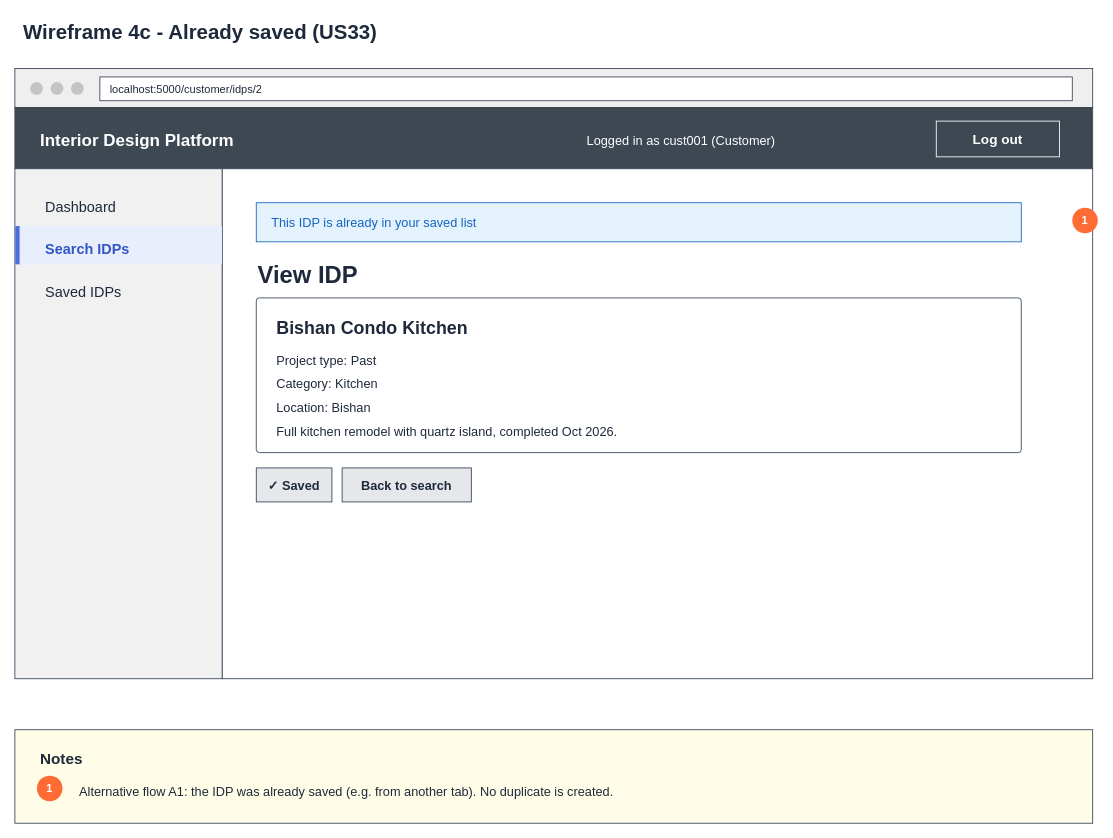
Above: page "4c Wireframe - Already saved" (4 of 6) of Sprint_4/US33 - Save IDP/US33 Save IDP.drawio in Hanzxc/CSIT314-ARCHSS (draw.io), before the change. Source tidied: cells renumbered, new cells numbered last; positions are measured from the earlier drawing's top-left corner, leaving out a move shared by most shapes. Both pictures are drawn from the tidied source at 85%, with x=0, y=0 at pixel (14, 14).
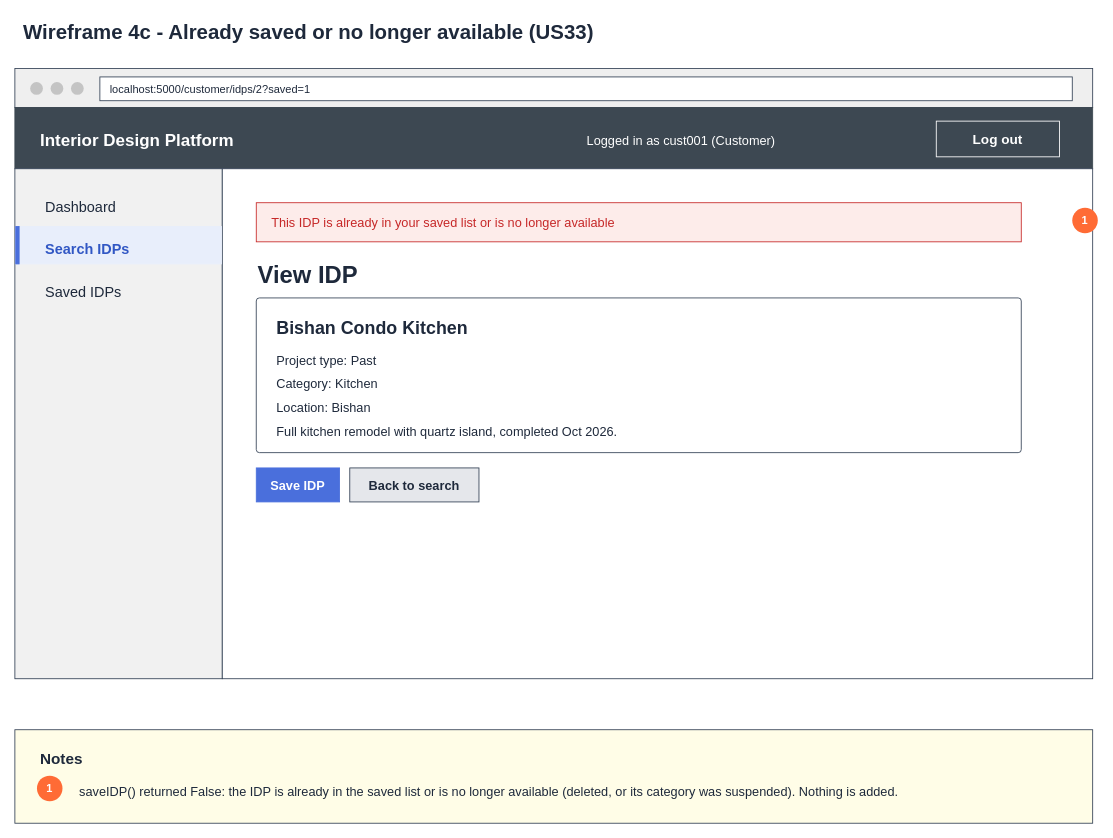
After the change.

Change to the diagram source:
```diff
@@
-    <mxCell id="2" value="Wireframe 4c - Already saved (US33)" style="text;html=1;whiteSpace=wrap;align=left;verticalAlign=top;fontSize=24;fontStyle=1;fontColor=#1e293b;fontFamily=Helvetica;labelBackgroundColor=none;" parent="1" vertex="1">
+    <mxCell id="2" value="Wireframe 4c - Already saved or no longer available (US33)" style="text;html=1;whiteSpace=wrap;align=left;verticalAlign=top;fontSize=24;fontStyle=1;fontColor=#1e293b;fontFamily=Helvetica;labelBackgroundColor=none;" parent="1" vertex="1">
       <mxGeometry x="8" width="1250" height="40" as="geometry" />
     </mxCell>
@@
-    <mxCell id="7" value="localhost:5000/customer/idps/2" style="rounded=0;whiteSpace=wrap;html=1;fillColor=#ffffff;strokeColor=#334155;align=left;verticalAlign=top;spacingLeft=10;spacingTop=4;fontSize=15;fontColor=#1e293b;fontSize=13;spacingTop=0;verticalAlign=middle;" parent="1" vertex="1">
+    <mxCell id="7" value="localhost:5000/customer/idps/2?saved=1" style="rounded=0;whiteSpace=wrap;html=1;fillColor=#ffffff;strokeColor=#334155;align=left;verticalAlign=top;spacingLeft=10;spacingTop=4;fontSize=15;fontColor=#1e293b;fontSize=13;spacingTop=0;verticalAlign=middle;" parent="1" vertex="1">
       <mxGeometry x="100" y="73" width="1144" height="28" as="geometry" />
     </mxCell>
@@
-    <mxCell id="19" value="This IDP is already in your saved list" style="rounded=0;whiteSpace=wrap;html=1;fillColor=#e3f2fd;strokeColor=#1565c0;align=left;verticalAlign=top;spacingLeft=10;spacingTop=4;fontSize=15;fontColor=#1e293b;verticalAlign=middle;fontColor=#1565c0;spacingTop=0;spacingLeft=16;" parent="1" vertex="1">
+    <mxCell id="19" value="This IDP is already in your saved list or is no longer available" style="rounded=0;whiteSpace=wrap;html=1;fillColor=#fdecea;strokeColor=#c62828;align=left;verticalAlign=top;spacingLeft=10;spacingTop=4;fontSize=15;fontColor=#1e293b;verticalAlign=middle;fontColor=#c62828;spacingTop=0;spacingLeft=16;" parent="1" vertex="1">
       <mxGeometry x="284" y="221" width="900" height="46" as="geometry" />
     </mxCell>
@@
-    <mxCell id="28" value="✓ Saved" style="rounded=0;whiteSpace=wrap;html=1;fillColor=#e5e7eb;strokeColor=#334155;align=left;verticalAlign=top;spacingLeft=10;spacingTop=4;fontSize=15;fontColor=#1e293b;align=center;verticalAlign=middle;fontStyle=1;fontSize=15;fontColor=#1e293b;spacingLeft=0;spacingTop=0;" parent="1" vertex="1">
-      <mxGeometry x="284" y="533" width="89" height="40" as="geometry" />
+    <mxCell id="28" value="Save IDP" style="rounded=0;whiteSpace=wrap;html=1;fillColor=#4a6fdc;strokeColor=#4a6fdc;align=left;verticalAlign=top;spacingLeft=10;spacingTop=4;fontSize=15;fontColor=#1e293b;align=center;verticalAlign=middle;fontStyle=1;fontSize=15;fontColor=#ffffff;spacingLeft=0;spacingTop=0;" parent="1" vertex="1">
+      <mxGeometry x="284" y="533" width="98" height="40" as="geometry" />
     </mxCell>
     <mxCell id="29" value="Back to search" style="rounded=0;whiteSpace=wrap;html=1;fillColor=#e5e7eb;strokeColor=#334155;align=left;verticalAlign=top;spacingLeft=10;spacingTop=4;fontSize=15;fontColor=#1e293b;align=center;verticalAlign=middle;fontStyle=1;fontSize=15;fontColor=#1e293b;spacingLeft=0;spacingTop=0;" parent="1" vertex="1">
-      <mxGeometry x="385" y="533" width="152" height="40" as="geometry" />
+      <mxGeometry x="394" y="533" width="152" height="40" as="geometry" />
     </mxCell>
@@
-    <mxCell id="33" value="Alternative flow A1: the IDP was already saved (e.g. from another tab). No duplicate is created." style="text;html=1;whiteSpace=wrap;align=left;verticalAlign=top;fontSize=15;fontStyle=0;fontColor=#1e293b;fontFamily=Helvetica;labelBackgroundColor=none;" parent="1" vertex="1">
+    <mxCell id="33" value="saveIDP() returned False: the IDP is already in the saved list or is no longer available (deleted, or its category was suspended). Nothing is added." style="text;html=1;whiteSpace=wrap;align=left;verticalAlign=top;fontSize=15;fontStyle=0;fontColor=#1e293b;fontFamily=Helvetica;labelBackgroundColor=none;" parent="1" vertex="1">
       <mxGeometry x="74" y="899" width="1150" height="40" as="geometry" />
     </mxCell>
```
